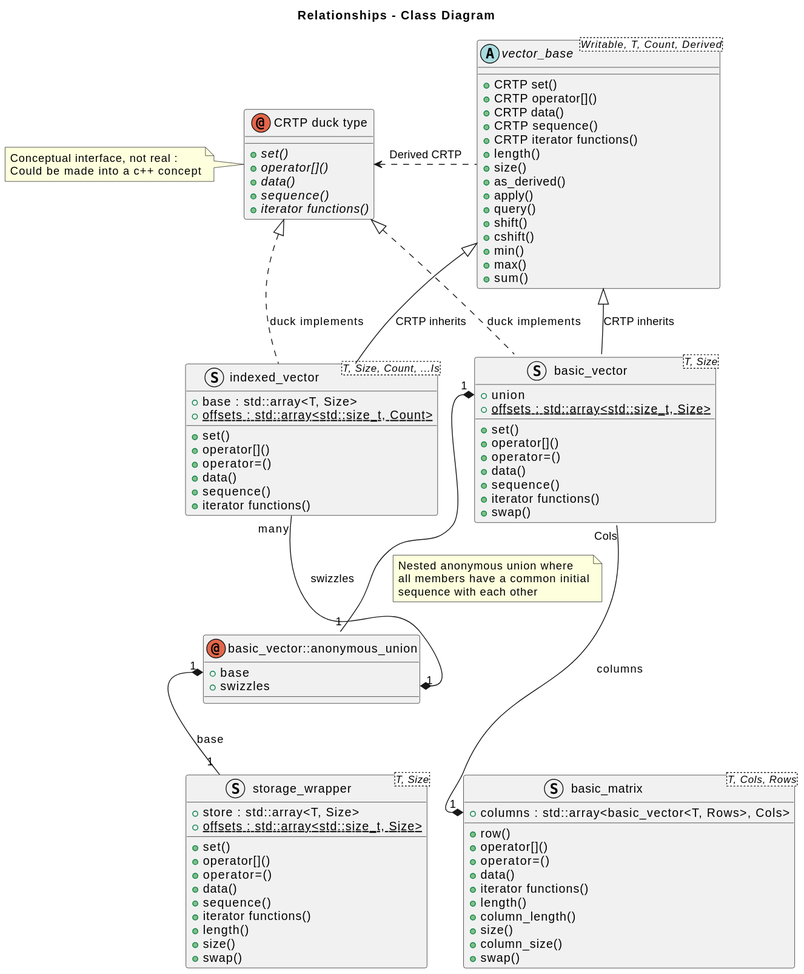
Earlier version of the PlantUML export docs/dsga.svg (davidbrowne/dsga).
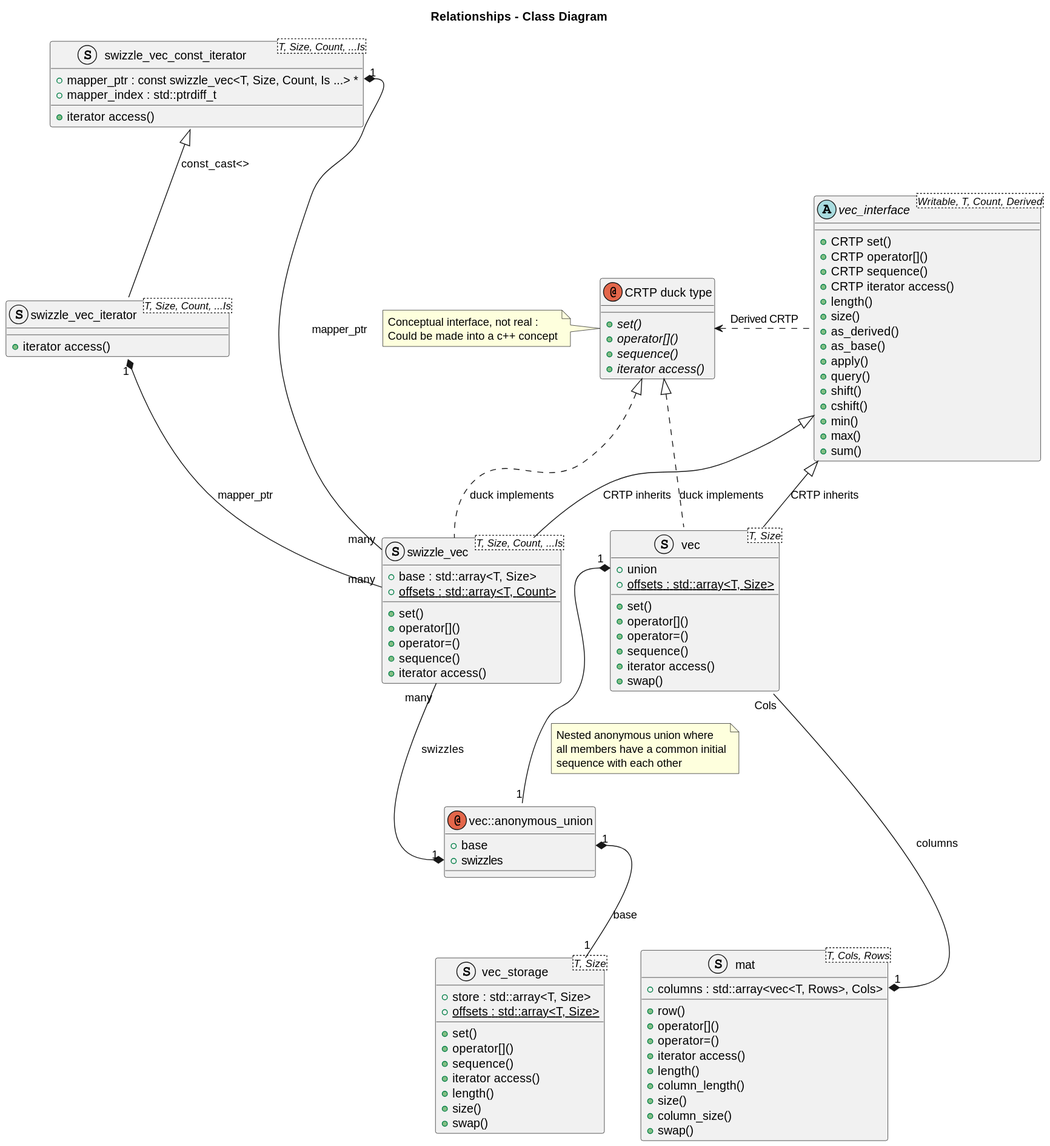
After the commit.

What changed in the source:
```diff
@@ -4,24 +4,23 @@
 	{
 		+ {abstract} set()
 		+ {abstract} operator[]()
-		+ {abstract} data()
 		+ {abstract} sequence()
-		+ {abstract} iterator functions()
+		+ {abstract} iterator access()
 	}
 	note left of "CRTP duck type"
 		Conceptual interface, not real :
 		Could be made into a c++ concept
 	end note
-	abstract vector_base <Writable, T, Count, Derived>
+	abstract vec_interface <Writable, T, Count, Derived>
 	{
 		+ CRTP set()
 		+ CRTP operator[]()
-		+ CRTP data()
 		+ CRTP sequence()
-		+ CRTP iterator functions()
+		+ CRTP iterator access()
 		+ length()
 		+ size()
 		+ as_derived()
+		+ as_base()
 		+ apply()
 		+ query()
 		+ shift()
@@ -30,76 +29,84 @@
 		+ max()
 		+ sum()
 	}
-	struct basic_vector<T, Size>
+	struct swizzle_vec_const_iterator<T, Size, Count, ...Is>
+	{
+		+ mapper_ptr : const swizzle_vec<T, Size, Count, Is ...> *
+		+ mapper_index : std::ptrdiff_t
+		+ iterator access()
+	}
+	struct swizzle_vec_iterator<T, Size, Count, ...Is>
+	{
+		+ iterator access()
+	}
+	struct vec<T, Size>
 	{
 		+ union
-		+ {static} offsets : std::array<std::size_t, Size>
+		+ {static} offsets : std::array<T, Size>
 		+ set()
 		+ operator[]()
 		+ operator=()
-		+ data()
 		+ sequence()
-		+ iterator functions()
+		+ iterator access()
 		+ swap()
 	}
-	annotation basic_vector::anonymous_union
+	annotation vec::anonymous_union
 	{
 		+ base
 		+ swizzles
 	}
-	struct storage_wrapper<T, Size>
+	struct vec_storage<T, Size>
 	{
 		+ store : std::array<T, Size>
-		+ {static} offsets : std::array<std::size_t, Size>
+		+ {static} offsets : std::array<T, Size>
 		+ set()
 		+ operator[]()
-		+ operator=()
-		+ data()
 		+ sequence()
-		+ iterator functions()
+		+ iterator access()
 		+ length()
 		+ size()
 		+ swap()
 	}
-	struct indexed_vector<T, Size, Count, ...Is>
+	struct swizzle_vec<T, Size, Count, ...Is>
 	{
 		+ base : std::array<T, Size>
-		+ {static} offsets : std::array<std::size_t, Count>
+		+ {static} offsets : std::array<T, Count>
 		+ set()
 		+ operator[]()
 		+ operator=()
-		+ data()
 		+ sequence()
-		+ iterator functions()
+		+ iterator access()
 	}
-	struct basic_matrix<T, Cols, Rows>
+	struct mat<T, Cols, Rows>
 	{
-		+ columns : std::array<basic_vector<T, Rows>, Cols>
+		+ columns : std::array<vec<T, Rows>, Cols>
 		+ row()
 		+ operator[]()
 		+ operator=()
-		+ data()
-		+ iterator functions()
+		+ iterator access()
 		+ length()
 		+ column_length()
 		+ size()
 		+ column_size()
 		+ swap()
 	}
-	vector_base <|-- basic_vector: CRTP inherits
-	vector_base <|-- indexed_vector : CRTP inherits
-	"CRTP duck type" ^.. basic_vector : duck implements
-	"CRTP duck type" ^.. indexed_vector : duck implements
-	basic_vector::anonymous_union::base "1" *-- "1" storage_wrapper : base
-	basic_vector::anonymous_union::swizzles "1" *-- "many" indexed_vector : swizzles
-	basic_vector::union "1" *-- "1" basic_vector::anonymous_union
+	vec_interface <|-- vec: CRTP inherits
+	vec_interface <|-- swizzle_vec : CRTP inherits
+	swizzle_vec_const_iterator <|-- swizzle_vec_iterator : const_cast<>
+	"CRTP duck type" ^.. vec : duck implements
+	"CRTP duck type" ^.. swizzle_vec : duck implements
+	vec::anonymous_union::base "1" *-- "1" vec_storage : base
+	vec::anonymous_union::swizzles "1" *-- "many" swizzle_vec : swizzles
+	vec::union "1" *-- "1" vec::anonymous_union
 	note right on link
 	  Nested anonymous union where
 	  all members have a common initial
 	  sequence with each other
 	end note
-	"CRTP duck type" <. vector_base : Derived CRTP
-	basic_matrix::columns "1" *-- "Cols" basic_vector : columns
-	basic_vector -[hidden]left- indexed_vector
-	storage_wrapper .[hidden]right. basic_matrix
+	swizzle_vec_const_iterator::mapper_ptr "1" *-- "many" swizzle_vec : mapper_ptr
+	swizzle_vec_iterator::mapper_ptr "1" *-- "many" swizzle_vec : mapper_ptr
+	"CRTP duck type" <. vec_interface : Derived CRTP
+	mat::columns "1" *-- "Cols" vec : columns
+	vec -[hidden]left- swizzle_vec
+	vec_storage .[hidden]right. mat
 @enduml
```
